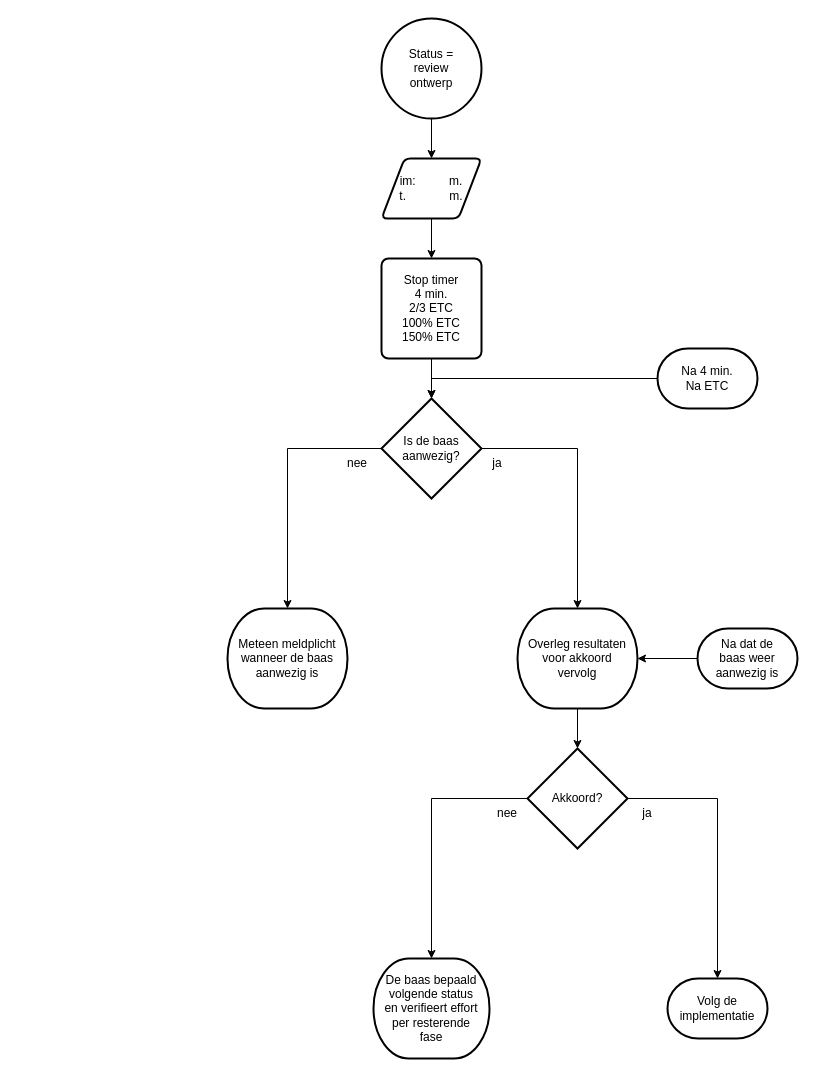
Before: 6 Issue Tracker review ontwerp.drawio in Zaibatsu89/IssueTracker, a draw.io diagram. Source tidied: cells renumbered, new cells numbered last; positions are measured from the earlier drawing's top-left corner, leaving out a move shared by most shapes. Both pictures are drawn from the tidied source at 100%, with x=0, y=0 at pixel (227, 18).
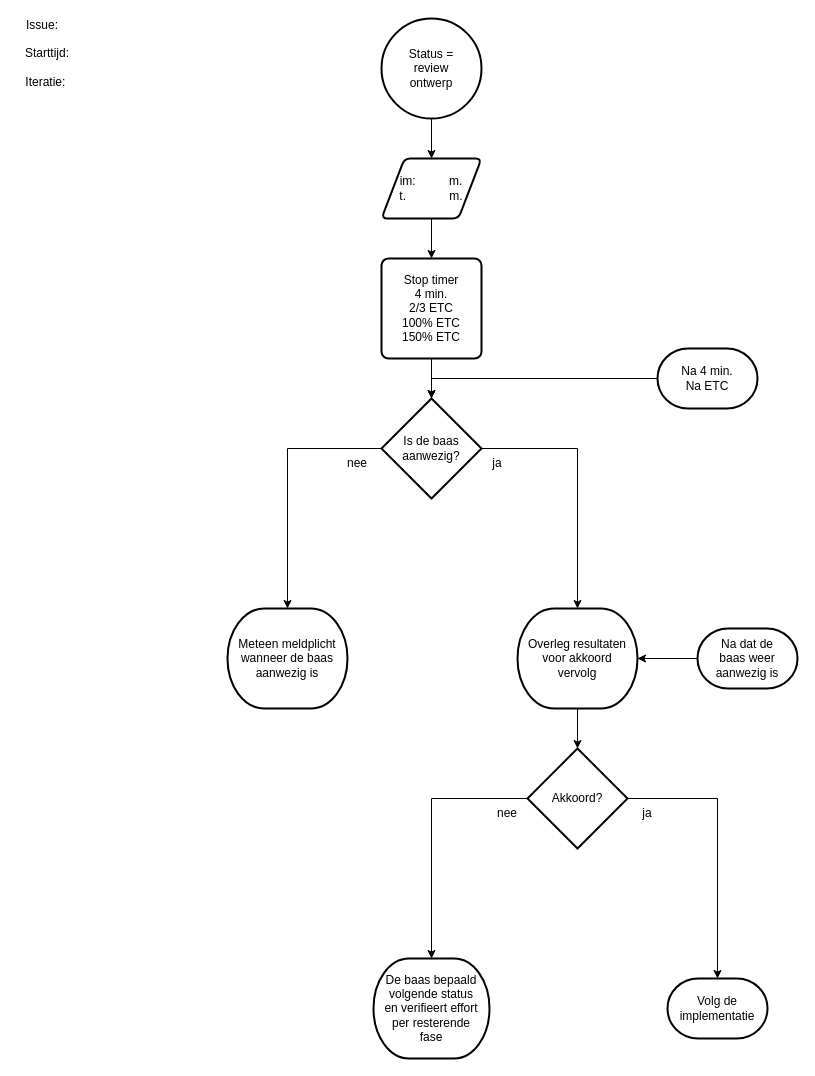
The same diagram, later.

Commit message (it also covers changes not shown here):
issue, starttijd en iteratie in flowcharts

What changed in the source:
```diff
@@
+    <mxCell id="27" value="Issue:&amp;nbsp; &amp;nbsp;&lt;br&gt;&lt;br&gt;Starttijd:&lt;br&gt;&lt;br&gt;Iteratie:&amp;nbsp;" style="text;html=1;align=center;verticalAlign=middle;whiteSpace=wrap;rounded=0;" parent="1" vertex="1">
+      <mxGeometry x="-210" y="20" width="60" height="30" as="geometry" />
+    </mxCell>
```
